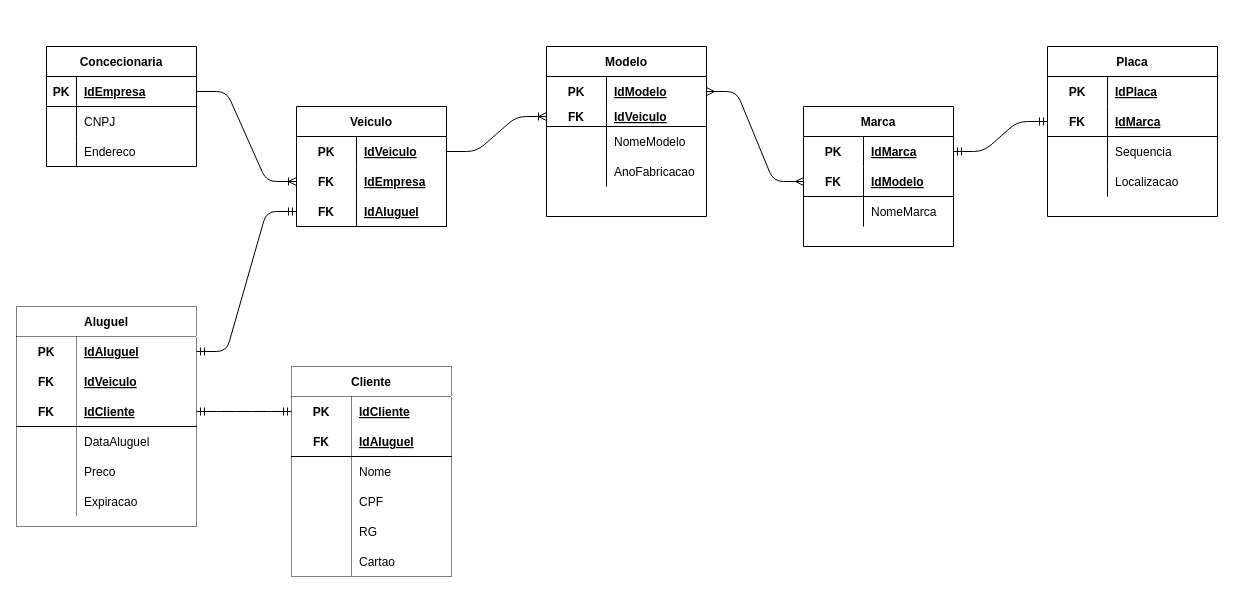
Above: page "Logico" (2 of 2) of 1.2-exercicio-locadora/1.2-exercicio-locadora.drawio in Brunodonadei/exercicios-sprint-1-bd (draw.io), before the change. Source tidied: cells renumbered, new cells numbered last; positions are measured from the earlier drawing's top-left corner, leaving out a move shared by most shapes. Both pictures are drawn from the tidied source at 100%, with x=0, y=0 at pixel (16, 46).
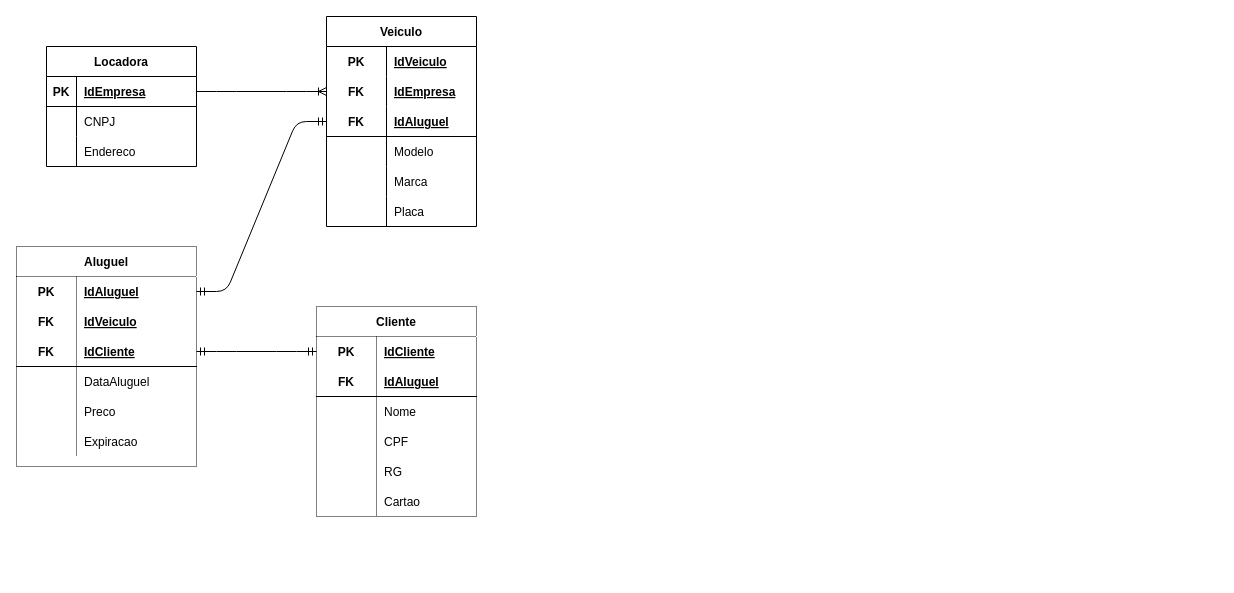
Above is the later version.

Unchanged cells that the change refers to:
```xml
<mxCell id="13" style="shape=partialRectangle;fillColor=none;top=0;left=0;bottom=0;right=0;points=[[0,0.5],[1,0.5]];portConstraint=eastwest;" parent="12" vertex="1">
  <mxGeometry y="30" width="150" height="30" as="geometry" />
</mxCell>
```

Diff of the diagram source:
```diff
@@
-    <mxCell id="2" value="Concecionaria" style="shape=table;startSize=30;childLayout=tableLayout;rowLines=0;fontStyle=1;align=center;" parent="1" vertex="1">
+    <mxCell id="2" value="Locadora" style="shape=table;startSize=30;childLayout=tableLayout;rowLines=0;fontStyle=1;align=center;" parent="1" vertex="1">
       <mxGeometry x="30" width="150" height="120" as="geometry" />
     </mxCell>
@@
     <mxCell id="12" value="Veiculo" style="shape=table;startSize=30;childLayout=tableLayout;rowLines=0;fontStyle=1;align=center;" parent="1" vertex="1">
-      <mxGeometry x="280" y="60" width="150" height="120" as="geometry" />
+      <mxGeometry x="310" y="-30" width="150" height="210" as="geometry" />
     </mxCell>
@@
+    <mxCell id="102" style="shape=partialRectangle;fillColor=none;top=0;left=0;bottom=0;right=0;" parent="12" vertex="1">
+      <mxGeometry y="120" width="150" height="30" as="geometry" />
+    </mxCell>
+    <mxCell id="103" style="shape=partialRectangle;fillColor=none;top=0;left=0;bottom=0;right=0;overflow=hidden;" parent="102" vertex="1">
+      <mxGeometry width="60" height="30" as="geometry" />
+    </mxCell>
-    <mxCell id="22" value="Modelo" style="shape=table;startSize=30;childLayout=tableLayout;rowLines=0;fontStyle=1;align=center;" parent="1" vertex="1">
-      <mxGeometry x="530" width="160" height="170" as="geometry" />
+    <mxCell id="22" value="Modelo" style="shape=partialRectangle;fillColor=none;top=0;left=0;bottom=0;right=0;align=left;spacingLeft=6;overflow=hidden;" parent="102" vertex="1">
+      <mxGeometry x="60" width="90" height="30" as="geometry" />
     </mxCell>
-    <mxCell id="23" style="shape=partialRectangle;fillColor=none;top=0;left=0;bottom=0;right=0;points=[[0,0.5],[1,0.5]];portConstraint=eastwest;" parent="22" vertex="1">
-      <mxGeometry y="30" width="160" height="30" as="geometry" />
-    </mxCell>
-    <mxCell id="24" value="PK" style="shape=partialRectangle;fillColor=none;top=0;left=0;bottom=0;right=0;fontStyle=1;overflow=hidden;" parent="23" vertex="1">
-      <mxGeometry width="60" height="30" as="geometry" />
-    </mxCell>
-    <mxCell id="25" value="IdModelo" style="shape=partialRectangle;fillColor=none;top=0;left=0;bottom=0;right=0;align=left;spacingLeft=6;fontStyle=5;overflow=hidden;" parent="23" vertex="1">
-      <mxGeometry x="60" width="100" height="30" as="geometry" />
-    </mxCell>
-    <mxCell id="26" style="shape=partialRectangle;fillColor=none;top=0;left=0;bottom=1;right=0;points=[[0,0.5],[1,0.5]];portConstraint=eastwest;" parent="22" vertex="1">
-      <mxGeometry y="60" width="160" height="20" as="geometry" />
-    </mxCell>
-    <mxCell id="27" value="FK" style="shape=partialRectangle;fillColor=none;top=0;left=0;bottom=0;right=0;fontStyle=1;overflow=hidden;" parent="26" vertex="1">
-      <mxGeometry width="60" height="20" as="geometry" />
-    </mxCell>
-    <mxCell id="28" value="IdVeiculo" style="shape=partialRectangle;fillColor=none;top=0;left=0;bottom=0;right=0;align=left;spacingLeft=6;fontStyle=5;overflow=hidden;" parent="26" vertex="1">
-      <mxGeometry x="60" width="100" height="20" as="geometry" />
-    </mxCell>
-    <mxCell id="29" style="shape=partialRectangle;fillColor=none;top=0;left=0;bottom=0;right=0;" parent="22" vertex="1">
-      <mxGeometry y="80" width="160" height="30" as="geometry" />
-    </mxCell>
-    <mxCell id="30" style="shape=partialRectangle;fillColor=none;top=0;left=0;bottom=0;right=0;overflow=hidden;" parent="29" vertex="1">
-      <mxGeometry width="60" height="30" as="geometry" />
-    </mxCell>
-    <mxCell id="31" value="NomeModelo" style="shape=partialRectangle;fillColor=none;top=0;left=0;bottom=0;right=0;align=left;spacingLeft=6;overflow=hidden;" parent="29" vertex="1">
-      <mxGeometry x="60" width="100" height="30" as="geometry" />
-    </mxCell>
-    <mxCell id="32" style="shape=partialRectangle;fillColor=none;top=0;left=0;bottom=0;right=0;" parent="22" vertex="1">
-      <mxGeometry y="110" width="160" height="30" as="geometry" />
-    </mxCell>
-    <mxCell id="33" style="shape=partialRectangle;fillColor=none;top=0;left=0;bottom=0;right=0;overflow=hidden;" parent="32" vertex="1">
-      <mxGeometry width="60" height="30" as="geometry" />
-    </mxCell>
-    <mxCell id="34" value="AnoFabricacao" style="shape=partialRectangle;fillColor=none;top=0;left=0;bottom=0;right=0;align=left;spacingLeft=6;overflow=hidden;" parent="32" vertex="1">
-      <mxGeometry x="60" width="100" height="30" as="geometry" />
-    </mxCell>
+    <mxCell id="104" style="shape=partialRectangle;fillColor=none;top=0;left=0;bottom=0;right=0;" parent="12" vertex="1">
+      <mxGeometry y="150" width="150" height="30" as="geometry" />
+    </mxCell>
+    <mxCell id="105" style="shape=partialRectangle;fillColor=none;top=0;left=0;bottom=0;right=0;overflow=hidden;" parent="104" vertex="1">
+      <mxGeometry width="60" height="30" as="geometry" />
+    </mxCell>
-    <mxCell id="35" value="Marca" style="shape=table;startSize=30;childLayout=tableLayout;rowLines=0;fontStyle=1;align=center;" parent="1" vertex="1">
-      <mxGeometry x="787" y="60" width="150" height="140" as="geometry" />
+    <mxCell id="35" value="Marca" style="shape=partialRectangle;fillColor=none;top=0;left=0;bottom=0;right=0;align=left;spacingLeft=6;overflow=hidden;" parent="104" vertex="1">
+      <mxGeometry x="60" width="90" height="30" as="geometry" />
     </mxCell>
-    <mxCell id="36" style="shape=partialRectangle;fillColor=none;top=0;left=0;bottom=0;right=0;points=[[0,0.5],[1,0.5]];portConstraint=eastwest;" parent="35" vertex="1">
-      <mxGeometry y="30" width="150" height="30" as="geometry" />
-    </mxCell>
-    <mxCell id="37" value="PK" style="shape=partialRectangle;fillColor=none;top=0;left=0;bottom=0;right=0;fontStyle=1;overflow=hidden;" parent="36" vertex="1">
-      <mxGeometry width="60" height="30" as="geometry" />
-    </mxCell>
-    <mxCell id="38" value="IdMarca" style="shape=partialRectangle;fillColor=none;top=0;left=0;bottom=0;right=0;align=left;spacingLeft=6;fontStyle=5;overflow=hidden;" parent="36" vertex="1">
-      <mxGeometry x="60" width="90" height="30" as="geometry" />
-    </mxCell>
-    <mxCell id="39" style="shape=partialRectangle;fillColor=none;top=0;left=0;bottom=1;right=0;points=[[0,0.5],[1,0.5]];portConstraint=eastwest;" parent="35" vertex="1">
-      <mxGeometry y="60" width="150" height="30" as="geometry" />
-    </mxCell>
-    <mxCell id="40" value="FK" style="shape=partialRectangle;fillColor=none;top=0;left=0;bottom=0;right=0;fontStyle=1;overflow=hidden;" parent="39" vertex="1">
-      <mxGeometry width="60" height="30" as="geometry" />
-    </mxCell>
-    <mxCell id="41" value="IdModelo" style="shape=partialRectangle;fillColor=none;top=0;left=0;bottom=0;right=0;align=left;spacingLeft=6;fontStyle=5;overflow=hidden;" parent="39" vertex="1">
-      <mxGeometry x="60" width="90" height="30" as="geometry" />
-    </mxCell>
-    <mxCell id="42" style="shape=partialRectangle;fillColor=none;top=0;left=0;bottom=0;right=0;" parent="35" vertex="1">
-      <mxGeometry y="90" width="150" height="30" as="geometry" />
-    </mxCell>
-    <mxCell id="43" style="shape=partialRectangle;fillColor=none;top=0;left=0;bottom=0;right=0;overflow=hidden;" parent="42" vertex="1">
-      <mxGeometry width="60" height="30" as="geometry" />
-    </mxCell>
-    <mxCell id="44" value="NomeMarca" style="shape=partialRectangle;fillColor=none;top=0;left=0;bottom=0;right=0;align=left;spacingLeft=6;overflow=hidden;" parent="42" vertex="1">
-      <mxGeometry x="60" width="90" height="30" as="geometry" />
-    </mxCell>
+    <mxCell id="106" style="shape=partialRectangle;fillColor=none;top=0;left=0;bottom=0;right=0;" parent="12" vertex="1">
+      <mxGeometry y="180" width="150" height="30" as="geometry" />
+    </mxCell>
+    <mxCell id="107" style="shape=partialRectangle;fillColor=none;top=0;left=0;bottom=0;right=0;overflow=hidden;" parent="106" vertex="1">
+      <mxGeometry width="60" height="30" as="geometry" />
+    </mxCell>
-    <mxCell id="45" value="Placa" style="shape=table;startSize=30;childLayout=tableLayout;rowLines=0;fontStyle=1;align=center;" parent="1" vertex="1">
-      <mxGeometry x="1031" width="170" height="170" as="geometry" />
+    <mxCell id="45" value="Placa" style="shape=partialRectangle;fillColor=none;top=0;left=0;bottom=0;right=0;align=left;spacingLeft=6;overflow=hidden;" parent="106" vertex="1">
+      <mxGeometry x="60" width="90" height="30" as="geometry" />
     </mxCell>
-    <mxCell id="46" style="shape=partialRectangle;fillColor=none;top=0;left=0;bottom=0;right=0;" parent="45" vertex="1">
-      <mxGeometry y="30" width="170" height="30" as="geometry" />
-    </mxCell>
-    <mxCell id="47" value="PK" style="shape=partialRectangle;fillColor=none;top=0;left=0;bottom=0;right=0;fontStyle=1;overflow=hidden;" parent="46" vertex="1">
-      <mxGeometry width="60" height="30" as="geometry" />
-    </mxCell>
-    <mxCell id="48" value="IdPlaca" style="shape=partialRectangle;fillColor=none;top=0;left=0;bottom=0;right=0;align=left;spacingLeft=6;fontStyle=5;overflow=hidden;" parent="46" vertex="1">
-      <mxGeometry x="60" width="110" height="30" as="geometry" />
-    </mxCell>
-    <mxCell id="49" style="shape=partialRectangle;fillColor=none;top=0;left=0;bottom=1;right=0;points=[[0,0.5],[1,0.5]];portConstraint=eastwest;" parent="45" vertex="1">
-      <mxGeometry y="60" width="170" height="30" as="geometry" />
-    </mxCell>
-    <mxCell id="50" value="FK" style="shape=partialRectangle;fillColor=none;top=0;left=0;bottom=0;right=0;fontStyle=1;overflow=hidden;" parent="49" vertex="1">
-      <mxGeometry width="60" height="30" as="geometry" />
-    </mxCell>
-    <mxCell id="51" value="IdMarca" style="shape=partialRectangle;fillColor=none;top=0;left=0;bottom=0;right=0;align=left;spacingLeft=6;fontStyle=5;overflow=hidden;" parent="49" vertex="1">
-      <mxGeometry x="60" width="110" height="30" as="geometry" />
-    </mxCell>
-    <mxCell id="52" style="shape=partialRectangle;fillColor=none;top=0;left=0;bottom=0;right=0;" parent="45" vertex="1">
-      <mxGeometry y="90" width="170" height="30" as="geometry" />
-    </mxCell>
-    <mxCell id="53" style="shape=partialRectangle;fillColor=none;top=0;left=0;bottom=0;right=0;overflow=hidden;" parent="52" vertex="1">
-      <mxGeometry width="60" height="30" as="geometry" />
-    </mxCell>
-    <mxCell id="54" value="Sequencia" style="shape=partialRectangle;fillColor=none;top=0;left=0;bottom=0;right=0;align=left;spacingLeft=6;overflow=hidden;" parent="52" vertex="1">
-      <mxGeometry x="60" width="110" height="30" as="geometry" />
-    </mxCell>
-    <mxCell id="55" style="shape=partialRectangle;fillColor=none;top=0;left=0;bottom=0;right=0;" parent="45" vertex="1">
-      <mxGeometry y="120" width="170" height="30" as="geometry" />
-    </mxCell>
-    <mxCell id="56" style="shape=partialRectangle;fillColor=none;top=0;left=0;bottom=0;right=0;overflow=hidden;" parent="55" vertex="1">
-      <mxGeometry width="60" height="30" as="geometry" />
-    </mxCell>
-    <mxCell id="57" value="Localizacao" style="shape=partialRectangle;fillColor=none;top=0;left=0;bottom=0;right=0;align=left;spacingLeft=6;overflow=hidden;" parent="55" vertex="1">
-      <mxGeometry x="60" width="110" height="30" as="geometry" />
-    </mxCell>
@@
-    <mxCell id="59" style="edgeStyle=entityRelationEdgeStyle;fontSize=12;html=1;endArrow=ERoneToMany;exitX=1;exitY=0.5;exitDx=0;exitDy=0;entryX=0;entryY=0.5;entryDx=0;entryDy=0;" parent="1" edge="1" source="13" target="26">
-      <mxGeometry relative="1" as="geometry" />
-    </mxCell>
-    <mxCell id="60" style="edgeStyle=entityRelationEdgeStyle;fontSize=12;html=1;endArrow=ERmany;startArrow=ERmany;entryX=1;entryY=0.5;entryDx=0;entryDy=0;exitX=0;exitY=0.5;exitDx=0;exitDy=0;" parent="1" edge="1" source="39" target="23">
-      <mxGeometry relative="1" as="geometry" />
-    </mxCell>
-    <mxCell id="61" style="edgeStyle=entityRelationEdgeStyle;fontSize=12;html=1;endArrow=ERmandOne;startArrow=ERmandOne;entryX=1;entryY=0.5;entryDx=0;entryDy=0;exitX=0;exitY=0.5;exitDx=0;exitDy=0;" parent="1" edge="1" source="49" target="36">
-      <mxGeometry relative="1" as="geometry" />
-    </mxCell>
     <mxCell id="62" value="Cliente" style="shape=table;startSize=30;childLayout=tableLayout;rowLines=0;fontStyle=1;align=center;dashed=1;dashPattern=1 1;strokeWidth=1;fillColor=#ffffff;gradientColor=none;" parent="1" vertex="1">
-      <mxGeometry x="275" y="320" width="160" height="210" as="geometry" />
+      <mxGeometry x="300" y="260" width="160" height="210" as="geometry" />
     </mxCell>
@@
     <mxCell id="81" value="Aluguel" style="shape=table;startSize=30;childLayout=tableLayout;rowLines=0;fontStyle=1;align=center;dashed=1;dashPattern=1 1;strokeWidth=1;fillColor=#ffffff;gradientColor=none;" parent="1" vertex="1">
-      <mxGeometry y="260" width="180" height="220" as="geometry" />
+      <mxGeometry y="200" width="180" height="220" as="geometry" />
     </mxCell>
```
